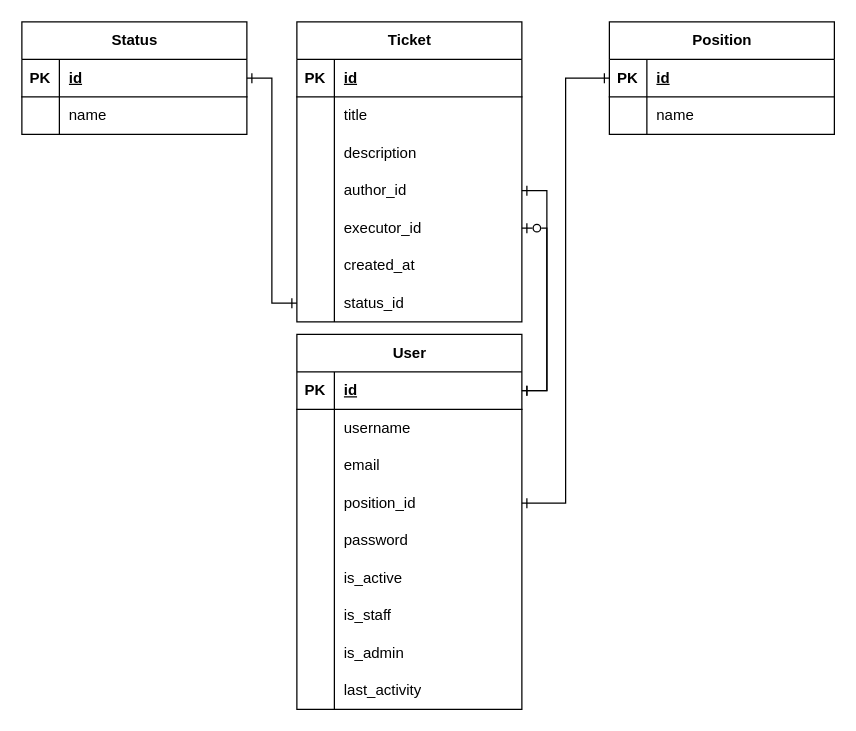
Above: service_desk.drawio in Molchanov-Ihor/service_desk (draw.io), before the change. Source tidied: cells renumbered, new cells numbered last; positions are measured from the earlier drawing's top-left corner, leaving out a move shared by most shapes. Both pictures are drawn from the tidied source at 125%, with x=0, y=0 at pixel (21, 21).
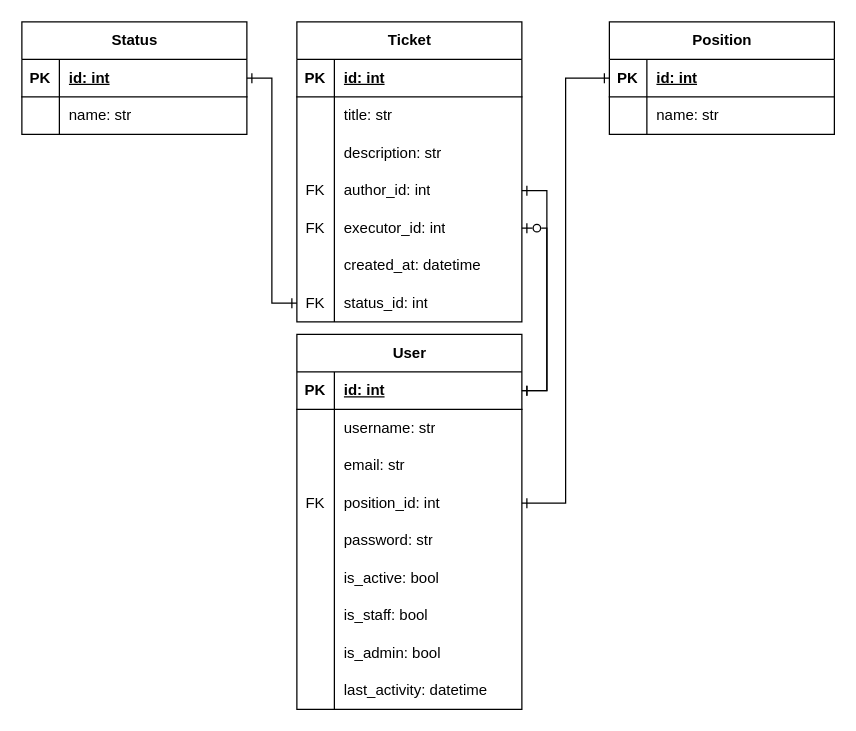
After the change.

The change refers to these unchanged cells:
```xml
<mxCell id="3" style="shape=tableRow;horizontal=0;startSize=0;swimlaneHead=0;swimlaneBody=0;fillColor=none;points=[[0,0.5],[1,0.5]];portConstraint=eastwest;top=0;left=0;right=0;bottom=1;" parent="2" vertex="1">
  <mxGeometry y="30" width="180" height="30" as="geometry" />
</mxCell>
<mxCell id="6" style="shape=tableRow;horizontal=0;startSize=0;swimlaneHead=0;swimlaneBody=0;fillColor=none;top=0;left=0;right=0;bottom=0;" parent="2" vertex="1">
  <mxGeometry y="60" width="180" height="30" as="geometry" />
</mxCell>
<mxCell id="9" style="shape=tableRow;horizontal=0;startSize=0;swimlaneHead=0;swimlaneBody=0;fillColor=none;top=0;left=0;right=0;bottom=0;" parent="2" vertex="1">
  <mxGeometry y="90" width="180" height="30" as="geometry" />
</mxCell>
<mxCell id="12" style="shape=tableRow;horizontal=0;startSize=0;swimlaneHead=0;swimlaneBody=0;fillColor=none;points=[[0,0.5],[1,0.5]];portConstraint=eastwest;top=0;left=0;right=0;bottom=0;" parent="2" vertex="1">
  <mxGeometry y="120" width="180" height="30" as="geometry" />
</mxCell>
<mxCell id="15" style="shape=tableRow;horizontal=0;startSize=0;swimlaneHead=0;swimlaneBody=0;fillColor=none;top=0;left=0;right=0;bottom=0;" parent="2" vertex="1">
  <mxGeometry y="150" width="180" height="30" as="geometry" />
</mxCell>
<mxCell id="18" style="shape=tableRow;horizontal=0;startSize=0;swimlaneHead=0;swimlaneBody=0;fillColor=none;top=0;left=0;right=0;bottom=0;" parent="2" vertex="1">
  <mxGeometry y="180" width="180" height="30" as="geometry" />
</mxCell>
<mxCell id="21" style="shape=tableRow;horizontal=0;startSize=0;swimlaneHead=0;swimlaneBody=0;fillColor=none;top=0;left=0;right=0;bottom=0;" parent="2" vertex="1">
  <mxGeometry y="210" width="180" height="30" as="geometry" />
</mxCell>
<mxCell id="24" style="shape=tableRow;horizontal=0;startSize=0;swimlaneHead=0;swimlaneBody=0;fillColor=none;top=0;left=0;right=0;bottom=0;" parent="2" vertex="1">
  <mxGeometry y="240" width="180" height="30" as="geometry" />
</mxCell>
<mxCell id="27" style="shape=tableRow;horizontal=0;startSize=0;swimlaneHead=0;swimlaneBody=0;fillColor=none;top=0;left=0;right=0;bottom=0;" parent="2" vertex="1">
  <mxGeometry y="270" width="180" height="30" as="geometry" />
</mxCell>
<mxCell id="31" style="shape=tableRow;horizontal=0;startSize=0;swimlaneHead=0;swimlaneBody=0;fillColor=none;points=[[0,0.5],[1,0.5]];portConstraint=eastwest;top=0;left=0;right=0;bottom=1;" parent="30" vertex="1">
  <mxGeometry y="30" width="180" height="30" as="geometry" />
</mxCell>
<mxCell id="34" style="shape=tableRow;horizontal=0;startSize=0;swimlaneHead=0;swimlaneBody=0;fillColor=none;top=0;left=0;right=0;bottom=0;" parent="30" vertex="1">
  <mxGeometry y="60" width="180" height="30" as="geometry" />
</mxCell>
<mxCell id="38" style="shape=tableRow;horizontal=0;startSize=0;swimlaneHead=0;swimlaneBody=0;fillColor=none;top=0;left=0;right=0;bottom=1;" parent="37" vertex="1">
  <mxGeometry y="30" width="180" height="30" as="geometry" />
</mxCell>
<mxCell id="41" style="shape=tableRow;horizontal=0;startSize=0;swimlaneHead=0;swimlaneBody=0;fillColor=none;top=0;left=0;right=0;bottom=0;" parent="37" vertex="1">
  <mxGeometry y="60" width="180" height="30" as="geometry" />
</mxCell>
<mxCell id="44" style="shape=tableRow;horizontal=0;startSize=0;swimlaneHead=0;swimlaneBody=0;fillColor=none;top=0;left=0;right=0;bottom=0;" parent="37" vertex="1">
  <mxGeometry y="90" width="180" height="30" as="geometry" />
</mxCell>
<mxCell id="47" style="shape=tableRow;horizontal=0;startSize=0;swimlaneHead=0;swimlaneBody=0;fillColor=none;points=[[0,0.5],[1,0.5]];portConstraint=eastwest;top=0;left=0;right=0;bottom=0;" parent="37" vertex="1">
  <mxGeometry y="120" width="180" height="30" as="geometry" />
</mxCell>
<mxCell id="50" style="shape=tableRow;horizontal=0;startSize=0;swimlaneHead=0;swimlaneBody=0;fillColor=none;points=[[0,0.5],[1,0.5]];portConstraint=eastwest;top=0;left=0;right=0;bottom=0;" parent="37" vertex="1">
  <mxGeometry y="150" width="180" height="30" as="geometry" />
</mxCell>
<mxCell id="53" style="shape=tableRow;horizontal=0;startSize=0;swimlaneHead=0;swimlaneBody=0;fillColor=none;top=0;left=0;right=0;bottom=0;" parent="37" vertex="1">
  <mxGeometry y="180" width="180" height="30" as="geometry" />
</mxCell>
<mxCell id="56" style="shape=tableRow;horizontal=0;startSize=0;swimlaneHead=0;swimlaneBody=0;fillColor=none;points=[[0,0.5],[1,0.5]];portConstraint=eastwest;top=0;left=0;right=0;bottom=0;" parent="37" vertex="1">
  <mxGeometry y="210" width="180" height="30" as="geometry" />
</mxCell>
<mxCell id="61" style="shape=tableRow;horizontal=0;startSize=0;swimlaneHead=0;swimlaneBody=0;fillColor=none;points=[[0,0.5],[1,0.5]];portConstraint=eastwest;top=0;left=0;right=0;bottom=1;" parent="60" vertex="1">
  <mxGeometry y="30" width="180" height="30" as="geometry" />
</mxCell>
<mxCell id="64" style="shape=tableRow;horizontal=0;startSize=0;swimlaneHead=0;swimlaneBody=0;fillColor=none;top=0;left=0;right=0;bottom=0;" parent="60" vertex="1">
  <mxGeometry y="60" width="180" height="30" as="geometry" />
</mxCell>
```

Diff of the diagram source:
```diff
@@
-    <mxCell id="5" value="id" style="shape=partialRectangle;fillColor=none;top=0;left=0;bottom=0;right=0;align=left;spacingLeft=6;fontStyle=5;overflow=hidden;whiteSpace=wrap;html=1;" parent="3" vertex="1">
+    <mxCell id="5" value="id: int" style="shape=partialRectangle;fillColor=none;top=0;left=0;bottom=0;right=0;align=left;spacingLeft=6;fontStyle=5;overflow=hidden;whiteSpace=wrap;html=1;" parent="3" vertex="1">
       <mxGeometry x="30" width="150" height="30" as="geometry" />
     </mxCell>
@@
-    <mxCell id="8" value="username" style="shape=partialRectangle;fillColor=none;top=0;left=0;bottom=0;right=0;align=left;spacingLeft=6;overflow=hidden;whiteSpace=wrap;html=1;" parent="6" vertex="1">
+    <mxCell id="8" value="username: str" style="shape=partialRectangle;fillColor=none;top=0;left=0;bottom=0;right=0;align=left;spacingLeft=6;overflow=hidden;whiteSpace=wrap;html=1;" parent="6" vertex="1">
       <mxGeometry x="30" width="150" height="30" as="geometry" />
     </mxCell>
@@
-    <mxCell id="11" value="email" style="shape=partialRectangle;fillColor=none;top=0;left=0;bottom=0;right=0;align=left;spacingLeft=6;overflow=hidden;whiteSpace=wrap;html=1;" parent="9" vertex="1">
+    <mxCell id="11" value="email: str" style="shape=partialRectangle;fillColor=none;top=0;left=0;bottom=0;right=0;align=left;spacingLeft=6;overflow=hidden;whiteSpace=wrap;html=1;" parent="9" vertex="1">
       <mxGeometry x="30" width="150" height="30" as="geometry" />
     </mxCell>
@@
-    <mxCell id="13" style="shape=partialRectangle;fillColor=none;top=0;left=0;bottom=0;right=0;overflow=hidden;whiteSpace=wrap;html=1;" parent="12" vertex="1">
+    <mxCell id="13" value="FK" style="shape=partialRectangle;fillColor=none;top=0;left=0;bottom=0;right=0;overflow=hidden;whiteSpace=wrap;html=1;" parent="12" vertex="1">
       <mxGeometry width="30" height="30" as="geometry" />
     </mxCell>
-    <mxCell id="14" value="position_id" style="shape=partialRectangle;fillColor=none;top=0;left=0;bottom=0;right=0;align=left;spacingLeft=6;overflow=hidden;whiteSpace=wrap;html=1;" parent="12" vertex="1">
+    <mxCell id="14" value="position_id: int" style="shape=partialRectangle;fillColor=none;top=0;left=0;bottom=0;right=0;align=left;spacingLeft=6;overflow=hidden;whiteSpace=wrap;html=1;" parent="12" vertex="1">
       <mxGeometry x="30" width="150" height="30" as="geometry" />
     </mxCell>
@@
-    <mxCell id="17" value="password" style="shape=partialRectangle;fillColor=none;top=0;left=0;bottom=0;right=0;align=left;spacingLeft=6;overflow=hidden;whiteSpace=wrap;html=1;" parent="15" vertex="1">
+    <mxCell id="17" value="password: str" style="shape=partialRectangle;fillColor=none;top=0;left=0;bottom=0;right=0;align=left;spacingLeft=6;overflow=hidden;whiteSpace=wrap;html=1;" parent="15" vertex="1">
       <mxGeometry x="30" width="150" height="30" as="geometry" />
     </mxCell>
@@
-    <mxCell id="20" value="is_active" style="shape=partialRectangle;fillColor=none;top=0;left=0;bottom=0;right=0;align=left;spacingLeft=6;overflow=hidden;whiteSpace=wrap;html=1;" parent="18" vertex="1">
+    <mxCell id="20" value="is_active: bool" style="shape=partialRectangle;fillColor=none;top=0;left=0;bottom=0;right=0;align=left;spacingLeft=6;overflow=hidden;whiteSpace=wrap;html=1;" parent="18" vertex="1">
       <mxGeometry x="30" width="150" height="30" as="geometry" />
     </mxCell>
@@
-    <mxCell id="23" value="is_staff" style="shape=partialRectangle;fillColor=none;top=0;left=0;bottom=0;right=0;align=left;spacingLeft=6;overflow=hidden;whiteSpace=wrap;html=1;" parent="21" vertex="1">
+    <mxCell id="23" value="is_staff: bool" style="shape=partialRectangle;fillColor=none;top=0;left=0;bottom=0;right=0;align=left;spacingLeft=6;overflow=hidden;whiteSpace=wrap;html=1;" parent="21" vertex="1">
       <mxGeometry x="30" width="150" height="30" as="geometry" />
     </mxCell>
@@
-    <mxCell id="26" value="is_admin" style="shape=partialRectangle;fillColor=none;top=0;left=0;bottom=0;right=0;align=left;spacingLeft=6;overflow=hidden;whiteSpace=wrap;html=1;" parent="24" vertex="1">
+    <mxCell id="26" value="is_admin: bool" style="shape=partialRectangle;fillColor=none;top=0;left=0;bottom=0;right=0;align=left;spacingLeft=6;overflow=hidden;whiteSpace=wrap;html=1;" parent="24" vertex="1">
       <mxGeometry x="30" width="150" height="30" as="geometry" />
     </mxCell>
@@
-    <mxCell id="29" value="last_activity" style="shape=partialRectangle;fillColor=none;top=0;left=0;bottom=0;right=0;align=left;spacingLeft=6;overflow=hidden;whiteSpace=wrap;html=1;" parent="27" vertex="1">
+    <mxCell id="29" value="last_activity: datetime" style="shape=partialRectangle;fillColor=none;top=0;left=0;bottom=0;right=0;align=left;spacingLeft=6;overflow=hidden;whiteSpace=wrap;html=1;" parent="27" vertex="1">
       <mxGeometry x="30" width="150" height="30" as="geometry" />
     </mxCell>
@@
-    <mxCell id="33" value="id" style="shape=partialRectangle;fillColor=none;top=0;left=0;bottom=0;right=0;align=left;spacingLeft=6;fontStyle=5;overflow=hidden;whiteSpace=wrap;html=1;" parent="31" vertex="1">
+    <mxCell id="33" value="id: int" style="shape=partialRectangle;fillColor=none;top=0;left=0;bottom=0;right=0;align=left;spacingLeft=6;fontStyle=5;overflow=hidden;whiteSpace=wrap;html=1;" parent="31" vertex="1">
       <mxGeometry x="30" width="150" height="30" as="geometry" />
     </mxCell>
@@
-    <mxCell id="36" value="name" style="shape=partialRectangle;fillColor=none;top=0;left=0;bottom=0;right=0;align=left;spacingLeft=6;overflow=hidden;whiteSpace=wrap;html=1;" parent="34" vertex="1">
+    <mxCell id="36" value="name: str" style="shape=partialRectangle;fillColor=none;top=0;left=0;bottom=0;right=0;align=left;spacingLeft=6;overflow=hidden;whiteSpace=wrap;html=1;" parent="34" vertex="1">
       <mxGeometry x="30" width="150" height="30" as="geometry" />
     </mxCell>
@@
-    <mxCell id="40" value="id" style="shape=partialRectangle;fillColor=none;top=0;left=0;bottom=0;right=0;align=left;spacingLeft=6;fontStyle=5;overflow=hidden;whiteSpace=wrap;html=1;" parent="38" vertex="1">
+    <mxCell id="40" value="id: int" style="shape=partialRectangle;fillColor=none;top=0;left=0;bottom=0;right=0;align=left;spacingLeft=6;fontStyle=5;overflow=hidden;whiteSpace=wrap;html=1;" parent="38" vertex="1">
       <mxGeometry x="30" width="150" height="30" as="geometry" />
     </mxCell>
@@
-    <mxCell id="43" value="title" style="shape=partialRectangle;fillColor=none;top=0;left=0;bottom=0;right=0;align=left;spacingLeft=6;overflow=hidden;whiteSpace=wrap;html=1;" parent="41" vertex="1">
+    <mxCell id="43" value="title: str" style="shape=partialRectangle;fillColor=none;top=0;left=0;bottom=0;right=0;align=left;spacingLeft=6;overflow=hidden;whiteSpace=wrap;html=1;" parent="41" vertex="1">
       <mxGeometry x="30" width="150" height="30" as="geometry" />
     </mxCell>
@@
-    <mxCell id="46" value="description" style="shape=partialRectangle;fillColor=none;top=0;left=0;bottom=0;right=0;align=left;spacingLeft=6;overflow=hidden;whiteSpace=wrap;html=1;" parent="44" vertex="1">
+    <mxCell id="46" value="description: str" style="shape=partialRectangle;fillColor=none;top=0;left=0;bottom=0;right=0;align=left;spacingLeft=6;overflow=hidden;whiteSpace=wrap;html=1;" parent="44" vertex="1">
       <mxGeometry x="30" width="150" height="30" as="geometry" />
     </mxCell>
@@
-    <mxCell id="48" style="shape=partialRectangle;fillColor=none;top=0;left=0;bottom=0;right=0;overflow=hidden;whiteSpace=wrap;html=1;" parent="47" vertex="1">
+    <mxCell id="48" value="FK" style="shape=partialRectangle;fillColor=none;top=0;left=0;bottom=0;right=0;overflow=hidden;whiteSpace=wrap;html=1;" parent="47" vertex="1">
       <mxGeometry width="30" height="30" as="geometry" />
     </mxCell>
-    <mxCell id="49" value="author_id" style="shape=partialRectangle;fillColor=none;top=0;left=0;bottom=0;right=0;align=left;spacingLeft=6;overflow=hidden;whiteSpace=wrap;html=1;" parent="47" vertex="1">
+    <mxCell id="49" value="author_id: int" style="shape=partialRectangle;fillColor=none;top=0;left=0;bottom=0;right=0;align=left;spacingLeft=6;overflow=hidden;whiteSpace=wrap;html=1;" parent="47" vertex="1">
       <mxGeometry x="30" width="150" height="30" as="geometry" />
     </mxCell>
@@
-    <mxCell id="51" style="shape=partialRectangle;fillColor=none;top=0;left=0;bottom=0;right=0;overflow=hidden;whiteSpace=wrap;html=1;" parent="50" vertex="1">
+    <mxCell id="51" value="FK" style="shape=partialRectangle;fillColor=none;top=0;left=0;bottom=0;right=0;overflow=hidden;whiteSpace=wrap;html=1;" parent="50" vertex="1">
       <mxGeometry width="30" height="30" as="geometry" />
     </mxCell>
-    <mxCell id="52" value="executor_id" style="shape=partialRectangle;fillColor=none;top=0;left=0;bottom=0;right=0;align=left;spacingLeft=6;overflow=hidden;whiteSpace=wrap;html=1;" parent="50" vertex="1">
+    <mxCell id="52" value="executor_id: int" style="shape=partialRectangle;fillColor=none;top=0;left=0;bottom=0;right=0;align=left;spacingLeft=6;overflow=hidden;whiteSpace=wrap;html=1;" parent="50" vertex="1">
       <mxGeometry x="30" width="150" height="30" as="geometry" />
     </mxCell>
@@
-    <mxCell id="55" value="created_at" style="shape=partialRectangle;fillColor=none;top=0;left=0;bottom=0;right=0;align=left;spacingLeft=6;overflow=hidden;whiteSpace=wrap;html=1;" parent="53" vertex="1">
+    <mxCell id="55" value="created_at: datetime" style="shape=partialRectangle;fillColor=none;top=0;left=0;bottom=0;right=0;align=left;spacingLeft=6;overflow=hidden;whiteSpace=wrap;html=1;" parent="53" vertex="1">
       <mxGeometry x="30" width="150" height="30" as="geometry" />
     </mxCell>
@@
-    <mxCell id="57" style="shape=partialRectangle;fillColor=none;top=0;left=0;bottom=0;right=0;overflow=hidden;whiteSpace=wrap;html=1;" parent="56" vertex="1">
+    <mxCell id="57" value="FK" style="shape=partialRectangle;fillColor=none;top=0;left=0;bottom=0;right=0;overflow=hidden;whiteSpace=wrap;html=1;" parent="56" vertex="1">
       <mxGeometry width="30" height="30" as="geometry" />
     </mxCell>
-    <mxCell id="58" value="status_id" style="shape=partialRectangle;fillColor=none;top=0;left=0;bottom=0;right=0;align=left;spacingLeft=6;overflow=hidden;whiteSpace=wrap;html=1;" parent="56" vertex="1">
+    <mxCell id="58" value="status_id: int" style="shape=partialRectangle;fillColor=none;top=0;left=0;bottom=0;right=0;align=left;spacingLeft=6;overflow=hidden;whiteSpace=wrap;html=1;" parent="56" vertex="1">
       <mxGeometry x="30" width="150" height="30" as="geometry" />
     </mxCell>
@@
-    <mxCell id="63" value="id" style="shape=partialRectangle;fillColor=none;top=0;left=0;bottom=0;right=0;align=left;spacingLeft=6;fontStyle=5;overflow=hidden;whiteSpace=wrap;html=1;" parent="61" vertex="1">
+    <mxCell id="63" value="id: int" style="shape=partialRectangle;fillColor=none;top=0;left=0;bottom=0;right=0;align=left;spacingLeft=6;fontStyle=5;overflow=hidden;whiteSpace=wrap;html=1;" parent="61" vertex="1">
       <mxGeometry x="30" width="150" height="30" as="geometry" />
     </mxCell>
@@
-    <mxCell id="66" value="name" style="shape=partialRectangle;fillColor=none;top=0;left=0;bottom=0;right=0;align=left;spacingLeft=6;overflow=hidden;whiteSpace=wrap;html=1;" parent="64" vertex="1">
+    <mxCell id="66" value="name: str" style="shape=partialRectangle;fillColor=none;top=0;left=0;bottom=0;right=0;align=left;spacingLeft=6;overflow=hidden;whiteSpace=wrap;html=1;" parent="64" vertex="1">
       <mxGeometry x="30" width="150" height="30" as="geometry" />
     </mxCell>
```
